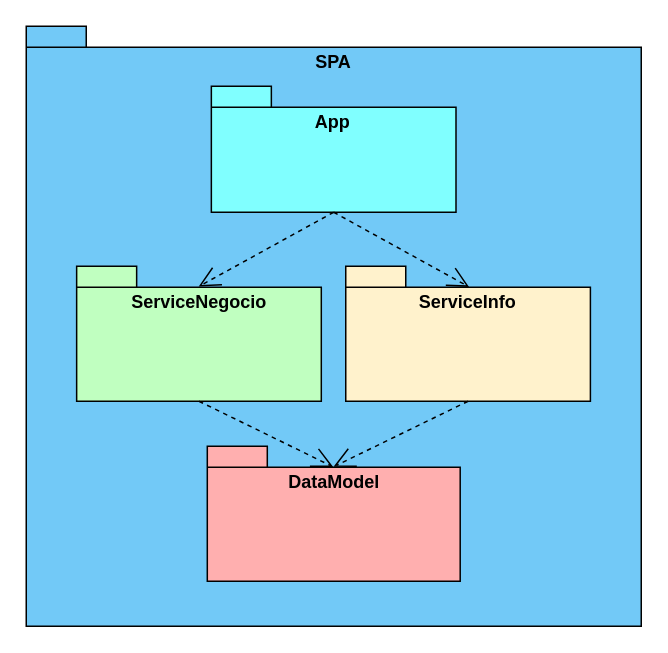
Above: docs/Sprint_B/N3/VI_SPA.drawio in SEM5PI2324G58/sem5pi_g58_23_24 (draw.io), before the change. Source tidied: cells renumbered, new cells numbered last; positions are measured from the earlier drawing's top-left corner, leaving out a move shared by most shapes. Both pictures are drawn from the tidied source at 150%, with x=0, y=0 at pixel (26, 26).
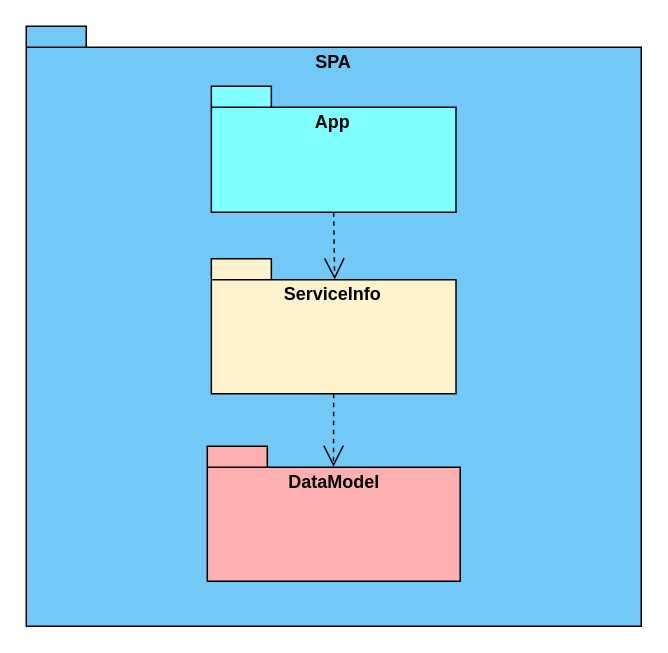
Above is the later version.

Change to the diagram source:
```diff
@@
 <mxGraphModel>
   <root>
     <mxCell id="0" />
     <mxCell id="1" parent="0" />
     <mxCell id="2" value="SPA" style="shape=folder;fontStyle=1;spacingTop=10;tabWidth=40;tabHeight=14;tabPosition=left;html=1;whiteSpace=wrap;verticalAlign=top;fillColor=#72C9F7;" parent="1" vertex="1">
       <mxGeometry width="410" height="400" as="geometry" />
     </mxCell>
     <mxCell id="3" value="App" style="shape=folder;fontStyle=1;spacingTop=10;tabWidth=40;tabHeight=14;tabPosition=left;html=1;whiteSpace=wrap;verticalAlign=top;fillColor=#80ffff;" parent="1" vertex="1">
       <mxGeometry x="123.4" y="40" width="163.1" height="84" as="geometry" />
     </mxCell>
-    <mxCell id="4" value="ServiceNegocio" style="shape=folder;fontStyle=1;spacingTop=10;tabWidth=40;tabHeight=14;tabPosition=left;html=1;whiteSpace=wrap;verticalAlign=top;fillColor=#c0ffc0;" parent="1" vertex="1">
-      <mxGeometry x="33.6" y="160" width="163.1" height="90" as="geometry" />
-    </mxCell>
     <mxCell id="5" value="DataModel" style="shape=folder;fontStyle=1;spacingTop=10;tabWidth=40;tabHeight=14;tabPosition=left;html=1;whiteSpace=wrap;verticalAlign=top;fillColor=#ffafaf;" parent="1" vertex="1">
       <mxGeometry x="120.7" y="280" width="168.6" height="90" as="geometry" />
     </mxCell>
-    <mxCell id="6" style="endArrow=open;endSize=12;dashed=1;html=1;rounded=0;exitX=0.5;exitY=1;exitDx=0;exitDy=0;exitPerimeter=0;entryX=0.499;entryY=0.15;entryDx=0;entryDy=0;entryPerimeter=0;" parent="1" edge="1" source="3" target="4">
-      <mxGeometry relative="1" as="geometry" />
-    </mxCell>
-    <mxCell id="7" style="endArrow=open;endSize=12;dashed=1;html=1;rounded=0;exitX=0.5;exitY=1;exitDx=0;exitDy=0;exitPerimeter=0;entryX=0.498;entryY=0.153;entryDx=0;entryDy=0;entryPerimeter=0;" parent="1" edge="1" source="4" target="5">
-      <mxGeometry relative="1" as="geometry" />
-    </mxCell>
     <mxCell id="8" value="ServiceInfo" style="shape=folder;fontStyle=1;spacingTop=10;tabWidth=40;tabHeight=14;tabPosition=left;html=1;whiteSpace=wrap;verticalAlign=top;fillColor=#fff2cc;strokeColor=#000000;" parent="1" vertex="1">
-      <mxGeometry x="213" y="160" width="163.1" height="90" as="geometry" />
+      <mxGeometry x="123.4" y="155" width="163.1" height="90" as="geometry" />
     </mxCell>
     <mxCell id="9" style="endArrow=open;endSize=12;dashed=1;html=1;rounded=0;exitX=0.5;exitY=1;exitDx=0;exitDy=0;exitPerimeter=0;entryX=0.504;entryY=0.153;entryDx=0;entryDy=0;entryPerimeter=0;" parent="1" edge="1" source="3" target="8">
       <mxGeometry relative="1" as="geometry" />
     </mxCell>
     <mxCell id="10" style="endArrow=open;endSize=12;dashed=1;html=1;rounded=0;exitX=0.5;exitY=1;exitDx=0;exitDy=0;exitPerimeter=0;entryX=0.499;entryY=0.152;entryDx=0;entryDy=0;entryPerimeter=0;" parent="1" edge="1" source="8" target="5">
       <mxGeometry relative="1" as="geometry" />
     </mxCell>
   </root>
 </mxGraphModel>
```
